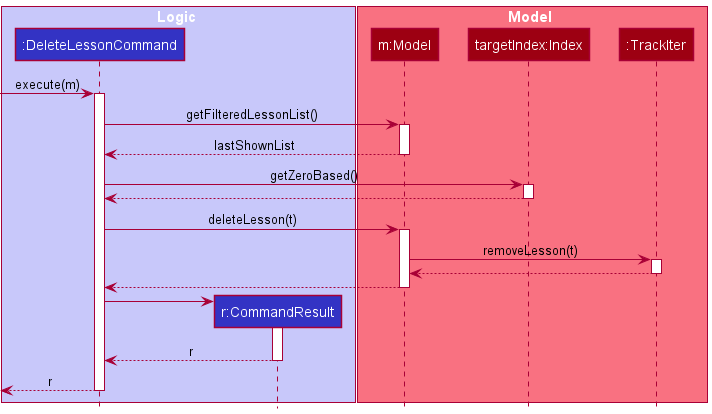
Before: docs/images/DeleteLessonSequenceDiagram.png, a diagram exported from PlantUML (simonteozw/tp).
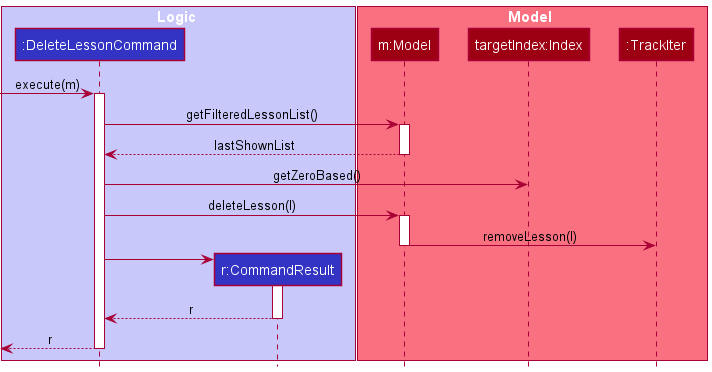
Above is the later version.

Change to the diagram source:
```diff
@@ -22,22 +22,13 @@
 deactivate Model
 
 DeleteLessonCommand -> index : getZeroBased()
-activate index
-
-index --> DeleteLessonCommand
-deactivate index
 
 
-DeleteLessonCommand -> Model : deleteLesson(t)
+DeleteLessonCommand -> Model : deleteLesson(l)
 activate Model
 
-Model -> TrackIter : removeLesson(t)
-activate TrackIter
+Model -> TrackIter : removeLesson(l)
 
-TrackIter --> Model
-deactivate TrackIter
-
-Model --> DeleteLessonCommand
 deactivate Model
 
 create CommandResult
```
